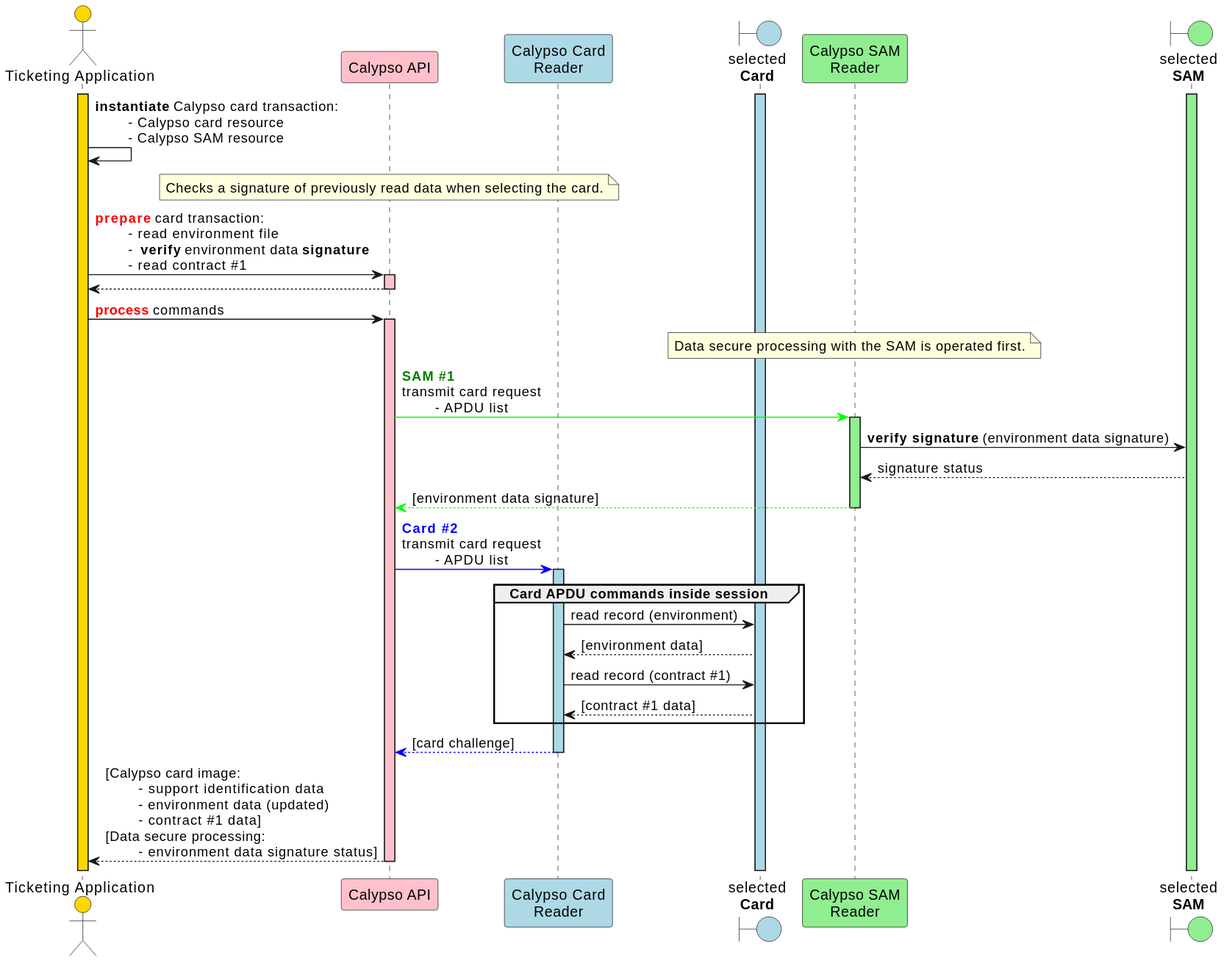
calypsonet/calypsonet-terminal-api-website keeps this PlantUML diagram as static/media/apis/calypso_transaction_DSP_outside_session_sequence_diagram.svg. Above is the earlier version. Source of this version:
```plantuml
@startuml

skinparam ClassBorderColor #D4AC0D
skinparam stereotypeABorderColor #A9DCDF
skinparam stereotypeIBorderColor #B4A7E5
skinparam stereotypeCBorderColor #ADD1B2
skinparam stereotypeEBorderColor #EB93DF
skinparam shadowing false

skinparam StateBorderColor #D4AC0D
skinparam ActivityBorderColor #D4AC0D

skinparam ClassBackgroundColor<<red>> #FDEDEC
skinparam ClassBorderColor<<red>> #E74C3C
hide <<red>> stereotype
skinparam ClassBackgroundColor<<purple>> #F4ECF7
skinparam ClassBorderColor<<purple>> #8E44AD
hide <<purple>> stereotype
skinparam ClassBackgroundColor<<blue>> #EBF5FB
skinparam ClassBorderColor<<blue>> #3498DB
hide <<blue>> stereotype
skinparam ClassBackgroundColor<<green>> #EAFAF1
skinparam ClassBorderColor<<green>> #2ECC71
hide <<green>> stereotype

skinparam ClassBackgroundColor<<orange>> #FDF2E9
skinparam ClassBorderColor<<orange>> #E67E22
hide <<orange>> stereotype

skinparam ClassBackgroundColor<<grey>> #EAECEE
skinparam ClassBorderColor<<grey>> #2C3E50
hide <<grey>> stereotype

actor "Ticketing Application" as app #gold
participant "Calypso API" as capi #pink
participant "Calypso Card\nReader" as cardReader #lightBlue
boundary "selected\n**Card**" as card #lightBlue
participant "Calypso SAM\nReader" as samReader #lightGreen
boundary "selected\n**SAM**" as sam #lightGreen

activate app #gold
activate card #lightBlue
activate sam #lightGreen

app->app: **instantiate** Calypso card transaction:\n\t- Calypso card resource\n\t- Calypso SAM resource

note over capi
    Checks a signature of previously read data when selecting the card.
end note

app->capi: <font color=red>**prepare**</font> card transaction:\n\t- read environment file\n\t- **verify** environment data **signature**\n\t- read contract #1
activate capi  #pink
capi-->app
deactivate capi

app->capi: <font color=red>**process**</font> commands
activate capi  #pink

note over samReader
    Data secure processing with the SAM is operated first.
end note

capi-[#00FF00]>samReader: <font color=green>**SAM #1**<font color=red>\ntransmit card request\n\t- APDU list
activate samReader #lightGreen
samReader->sam: **verify signature** (environment data signature)
sam-->samReader: signature status

samReader-[#00FF00]->capi: [environment data signature]
deactivate samReader

capi-[#0000FF]>cardReader: <font color=blue>**Card #2**</font>\ntransmit card request\n\t- APDU list
activate cardReader #lightBlue

group Card APDU commands inside session
    cardReader->card: read record (environment)
    card-->cardReader: [environment data]
    cardReader->card: read record (contract #1)
    card-->cardReader: [contract #1 data]
end

cardReader--[#0000FF]>capi: [card challenge]
deactivate cardReader

capi-->app: [Calypso card image:\n\t- support identification data\n\t- environment data (updated)\n\t- contract #1 data]\n[Data secure processing:\n\t- environment data signature status]
deactivate capi

deactivate samReader
deactivate capi
@enduml
```
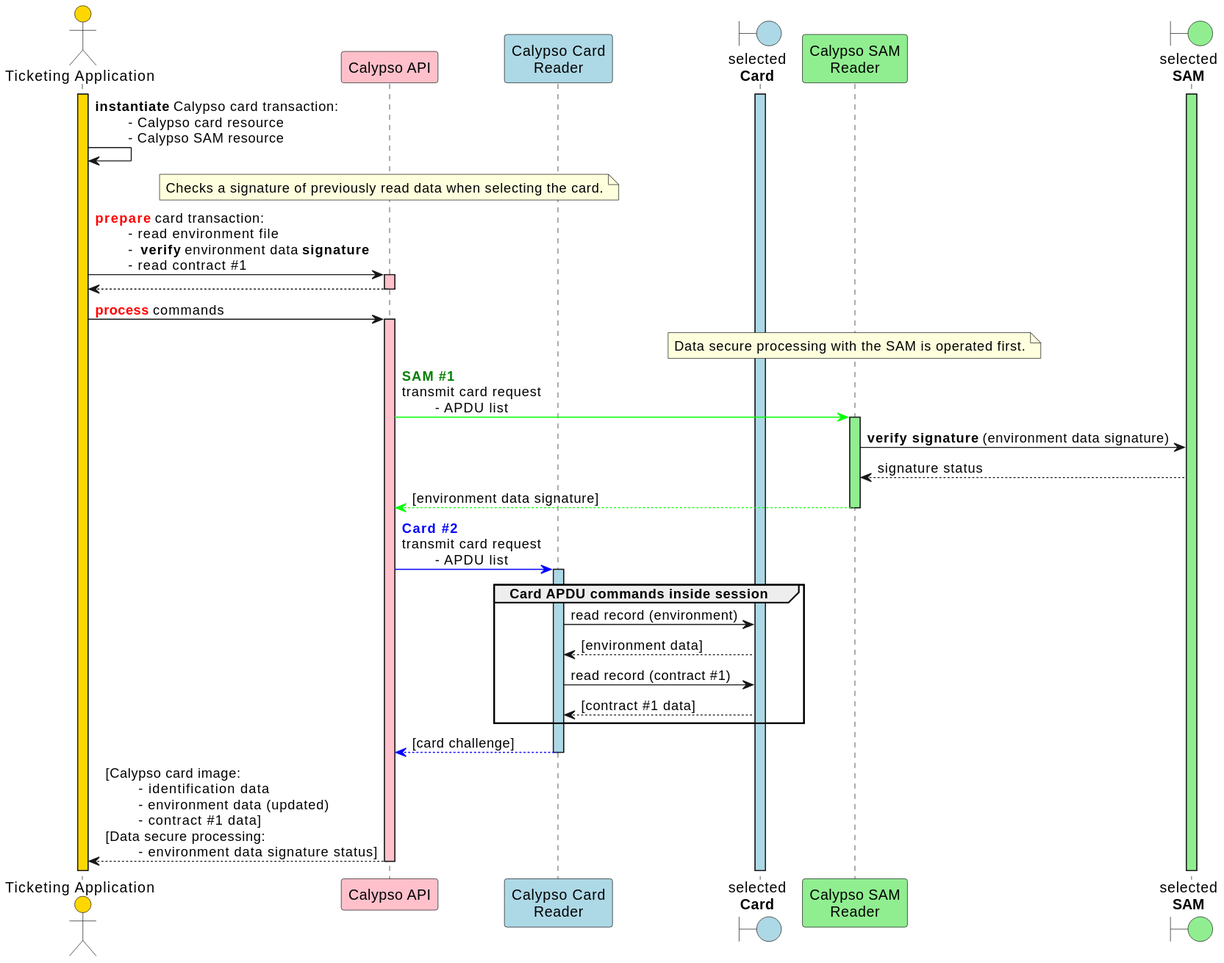
The same file after the commit.

The edit, as a diff of the source:
```diff
@@ -81,7 +81,7 @@
 cardReader--[#0000FF]>capi: [card challenge]
 deactivate cardReader
 
-capi-->app: [Calypso card image:\n\t- support identification data\n\t- environment data (updated)\n\t- contract #1 data]\n[Data secure processing:\n\t- environment data signature status]
+capi-->app: [Calypso card image:\n\t- identification data\n\t- environment data (updated)\n\t- contract #1 data]\n[Data secure processing:\n\t- environment data signature status]
 deactivate capi
 
 deactivate samReader
```
